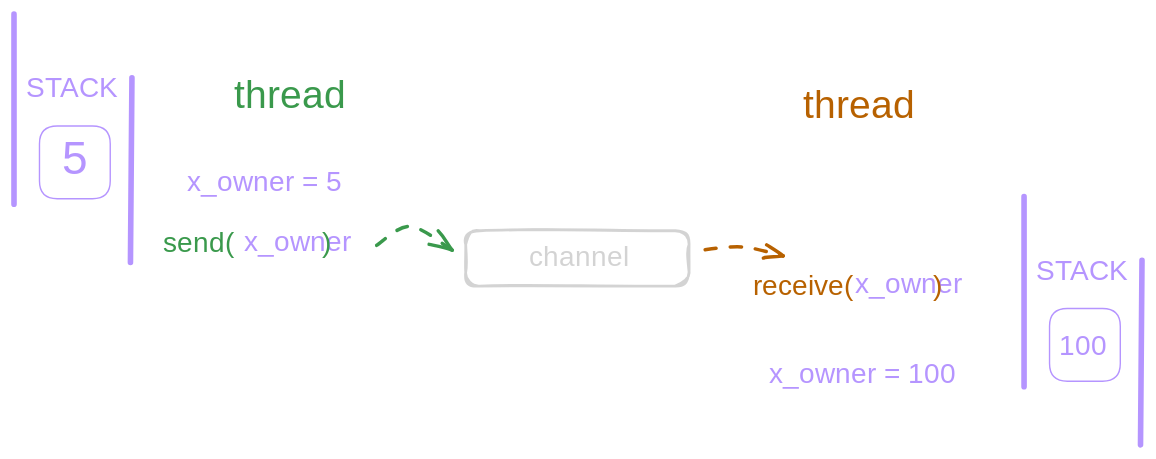
htgithub194/htgithub194.github.io keeps this Excalidraw diagram as rust/introduce/images/threads.excalidraw.svg. Above is the earlier version. Source tidied: one line per element, renumbered; positions are measured from the earlier drawing's top-left corner, leaving out a move shared by most shapes. Its diagram source:
```json
{"id": 0, "type": "text", "text": "thread", "strokeColor": "#2f9e44", "strokeWidth": 1, "roughness": 0, "fontSize": 28, "fontFamily": 5, "x": 157, "y": 42, "width": 90, "height": 35}
{"id": 1, "type": "text", "text": "thread", "strokeColor": "#f08c00", "strokeWidth": 1, "roughness": 0, "fontSize": 28, "fontFamily": 5, "x": 564, "y": 50, "width": 90, "height": 35}
{"id": 2, "type": "rectangle", "strokeColor": "#6741d9", "strokeWidth": 1, "roughness": 0, "round": true, "x": 18, "y": 80, "width": 51, "height": 52}
{"id": 3, "type": "text", "text": "5", "strokeColor": "#6741d9", "strokeWidth": 1, "roughness": 0, "fontSize": 32.96, "fontFamily": 5, "textAlign": "center", "verticalAlign": "middle", "inside": 2, "x": 33, "y": 85, "width": 20, "height": 41}
{"id": 4, "type": "line", "strokeColor": "#6741d9", "strokeWidth": 4, "roughness": 0, "round": true, "x": 0, "y": 0, "width": 0, "height": 136, "points": [[0, 0], [0, 136]]}
{"id": 5, "type": "line", "strokeColor": "#6741d9", "strokeWidth": 4, "roughness": 0, "round": true, "x": 84, "y": 45, "width": 1, "height": 132, "points": [[0, 0], [-1, 132]]}
{"id": 6, "type": "text", "text": "STACK", "strokeColor": "#6741d9", "strokeWidth": 1, "roughness": 0, "fontSize": 20, "fontFamily": 5, "x": 8, "y": 42, "width": 65, "height": 25}
{"id": 7, "type": "text", "text": "x_owner", "strokeColor": "#6741d9", "strokeWidth": 2, "roughness": 1, "fontSize": 20, "fontFamily": 5, "x": 165, "y": 152, "width": 81, "height": 25}
{"id": 8, "type": "rectangle", "strokeColor": "#1e1e1e", "strokeWidth": 2, "roughness": 1, "round": true, "x": 323, "y": 155, "width": 160, "height": 39}
{"id": 9, "type": "text", "text": "channel", "strokeColor": "#1e1e1e", "strokeWidth": 2, "roughness": 1, "fontSize": 20, "fontFamily": 5, "x": 368, "y": 163, "width": 69, "height": 25}
{"id": 10, "type": "text", "text": "x_owner", "strokeColor": "#6741d9", "strokeWidth": 2, "roughness": 1, "fontSize": 20, "fontFamily": 5, "x": 601, "y": 181, "width": 81, "height": 25}
{"id": 11, "type": "arrow", "strokeColor": "#2f9e44", "strokeWidth": 2, "strokeStyle": "dashed", "roughness": 1, "endArrowhead": "arrow", "round": true, "from": 14, "to": 8, "x": 259, "y": 164, "width": 55, "height": 15, "points": [[0, 0], [24, -12], [55, 3]]}
{"id": 12, "type": "arrow", "strokeColor": "#f08c00", "strokeWidth": 2, "strokeStyle": "dashed", "roughness": 1, "endArrowhead": "arrow", "round": true, "x": 494, "y": 169, "width": 55, "height": 7, "points": [[0, 0], [28, -4], [55, 3]]}
{"id": 13, "type": "text", "text": "x_owner = 5", "strokeColor": "#6741d9", "strokeWidth": 2, "roughness": 1, "fontSize": 20, "fontFamily": 5, "x": 124, "y": 109, "width": 120, "height": 25}
{"id": 14, "type": "text", "text": "send(           )", "strokeColor": "#2f9e44", "strokeWidth": 4, "roughness": 1, "fontSize": 20, "fontFamily": 5, "x": 106, "y": 152, "width": 149, "height": 25}
{"id": 15, "type": "text", "text": "receive(          )", "strokeColor": "#f08c00", "strokeWidth": 2, "roughness": 1, "fontSize": 20, "fontFamily": 5, "x": 528, "y": 183, "width": 162, "height": 25}
{"id": 16, "type": "text", "text": "x_owner = 100", "strokeColor": "#6741d9", "strokeWidth": 2, "roughness": 1, "fontSize": 20, "fontFamily": 5, "x": 540, "y": 246, "width": 143, "height": 25}
{"id": 17, "type": "rectangle", "strokeColor": "#6741d9", "strokeWidth": 1, "roughness": 0, "round": true, "x": 740, "y": 210, "width": 51, "height": 52}
{"id": 18, "type": "line", "strokeColor": "#6741d9", "strokeWidth": 4, "roughness": 0, "round": true, "x": 722, "y": 130, "width": 0, "height": 136, "points": [[0, 0], [0, 136]]}
{"id": 19, "type": "line", "strokeColor": "#6741d9", "strokeWidth": 4, "roughness": 0, "round": true, "x": 806, "y": 176, "width": 1, "height": 132, "points": [[0, 0], [-1, 132]]}
{"id": 20, "type": "text", "text": "STACK", "strokeColor": "#6741d9", "strokeWidth": 1, "roughness": 0, "fontSize": 20, "fontFamily": 5, "x": 730, "y": 172, "width": 65, "height": 25}
{"id": 21, "type": "text", "text": "100", "strokeColor": "#6741d9", "strokeWidth": 2, "roughness": 1, "fontSize": 20, "fontFamily": 5, "x": 747, "y": 226, "width": 35, "height": 25}
```
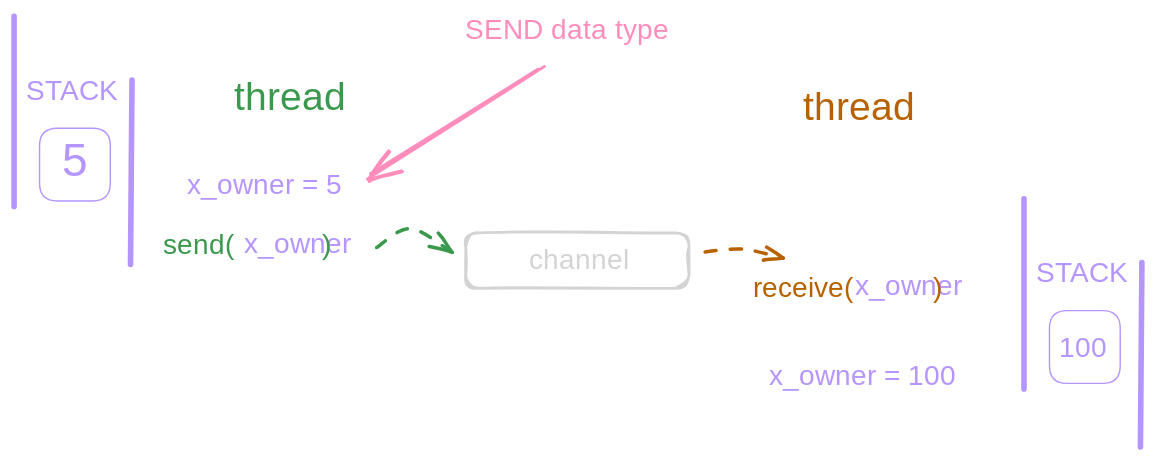
The same file after the commit.

The edit, as a diff of the source:
```diff
@@ -20,3 +20,5 @@
 {"id": 19, "type": "line", "strokeColor": "#6741d9", "strokeWidth": 4, "roughness": 0, "round": true, "x": 806, "y": 176, "width": 1, "height": 132, "points": [[0, 0], [-1, 132]]}
 {"id": 20, "type": "text", "text": "STACK", "strokeColor": "#6741d9", "strokeWidth": 1, "roughness": 0, "fontSize": 20, "fontFamily": 5, "x": 730, "y": 172, "width": 65, "height": 25}
 {"id": 21, "type": "text", "text": "100", "strokeColor": "#6741d9", "strokeWidth": 2, "roughness": 1, "fontSize": 20, "fontFamily": 5, "x": 747, "y": 226, "width": 35, "height": 25}
+{"id": 22, "type": "text", "text": "SEND data type", "strokeColor": "#c2255c", "strokeWidth": 2, "roughness": 1, "fontSize": 20, "fontFamily": 5, "x": 322, "y": -2, "width": 160, "height": 25}
+{"id": 23, "type": "arrow", "strokeColor": "#c2255c", "strokeWidth": 2, "roughness": 2, "endArrowhead": "arrow", "round": true, "from": 22, "to": 13, "x": 375, "y": 37, "width": 121, "height": 75, "points": [[0, 0], [-121, 75]]}
```
